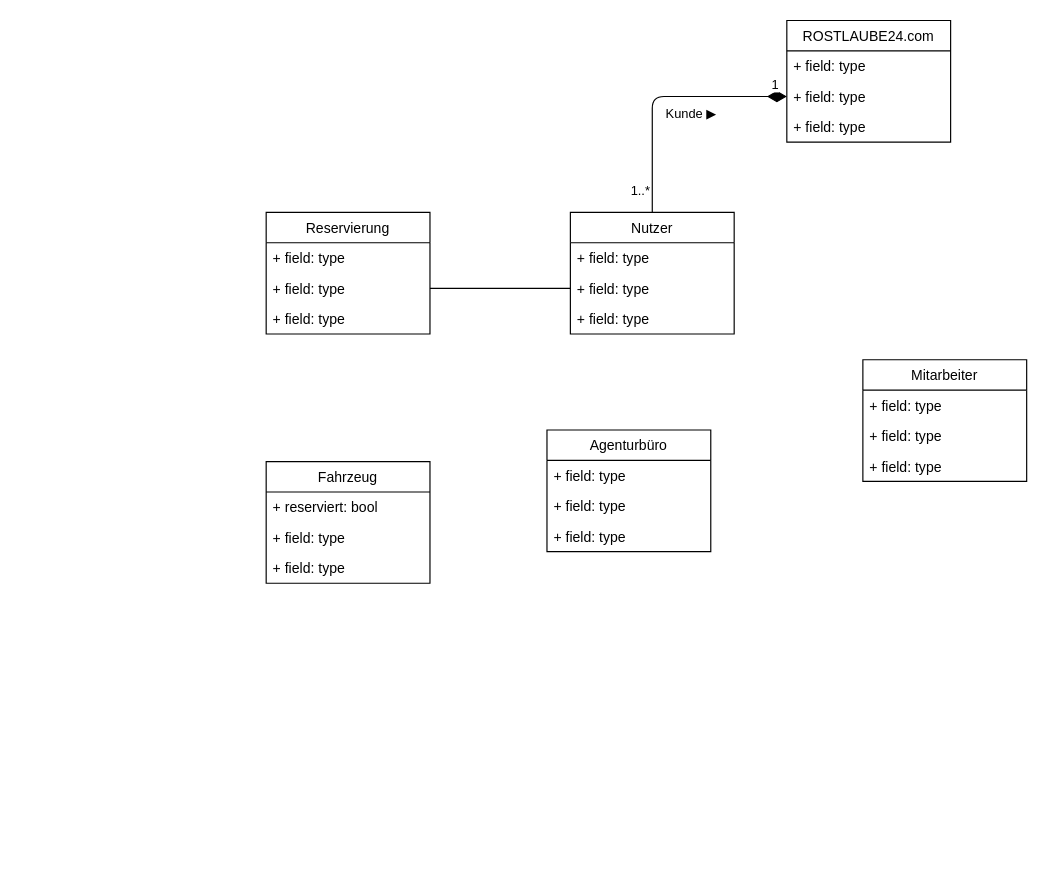
TheBlackDragon4/SWE-HS-Co-Se5 keeps this draw.io diagram as Mini-Praktikum/d-UML-Klassendiagramm-Praktikum.drawio. Above is the earlier version. Source tidied: cells renumbered, new cells numbered last; positions are measured from the earlier drawing's top-left corner, leaving out a move shared by most shapes. Both pictures are drawn from the tidied source at 117%, with x=0, y=0 at pixel (266, 20).
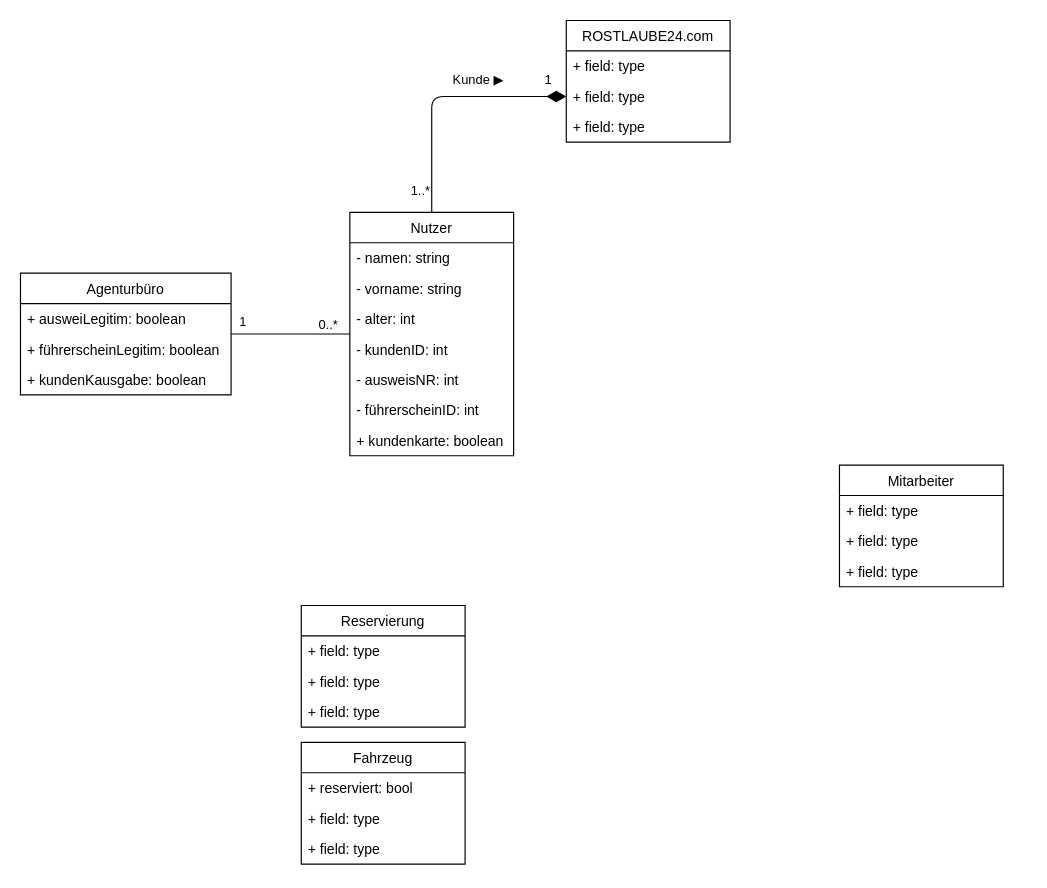
Above is the later version.

Unchanged cells that the change refers to:
```xml
<mxCell id="20" value="+ field: type" style="text;strokeColor=none;fillColor=none;align=left;verticalAlign=top;spacingLeft=4;spacingRight=4;overflow=hidden;points=[[0,0.5],[1,0.5]];portConstraint=eastwest;" parent="18" vertex="1">
  <mxGeometry y="52" width="140" height="26" as="geometry" />
</mxCell>
<mxCell id="26" value="1..*" style="endArrow=none;html=1;endSize=12;startArrow=diamondThin;startSize=14;startFill=1;edgeStyle=orthogonalEdgeStyle;align=left;verticalAlign=bottom;entryX=0.5;entryY=0;entryDx=0;entryDy=0;endFill=0;exitX=0;exitY=0.5;exitDx=0;exitDy=0;" parent="1" edge="1" source="24" target="14">
  <mxGeometry x="0.92" y="-20" relative="1" as="geometry" />
</mxCell>
```

The edit, as a diff of the source:
```diff
@@
     <mxCell id="2" value="Fahrzeug" style="swimlane;fontStyle=0;horizontal=1;startSize=26;fillColor=none;" parent="1" vertex="1">
-      <mxGeometry y="377" width="140" height="104" as="geometry" />
+      <mxGeometry x="30" y="617" width="140" height="104" as="geometry" />
     </mxCell>
@@
     <mxCell id="6" value="Mitarbeiter" style="swimlane;fontStyle=0;horizontal=1;startSize=26;fillColor=none;" parent="1" vertex="1">
-      <mxGeometry x="510" y="290" width="140" height="104" as="geometry" />
+      <mxGeometry x="490" y="380" width="140" height="104" as="geometry" />
     </mxCell>
@@
+    <mxCell id="30" style="edgeStyle=none;html=1;endArrow=none;endFill=0;" parent="1" edge="1" source="10" target="14">
+      <mxGeometry relative="1" as="geometry" />
+    </mxCell>
+    <mxCell id="31" value="1" style="edgeLabel;html=1;align=center;verticalAlign=middle;" parent="30" vertex="1">
+      <mxGeometry x="-0.82" relative="1" as="geometry">
+        <mxPoint y="-11" as="offset" />
+      </mxGeometry>
+    </mxCell>
+    <mxCell id="32" value="0..*" style="edgeLabel;html=1;align=center;verticalAlign=middle;" parent="30" vertex="1">
+      <mxGeometry x="0.67" y="2" relative="1" as="geometry">
+        <mxPoint x="-3" y="-7" as="offset" />
+      </mxGeometry>
+    </mxCell>
     <mxCell id="10" value="Agenturbüro" style="swimlane;fontStyle=0;horizontal=1;startSize=26;fillColor=none;" parent="1" vertex="1">
-      <mxGeometry x="240" y="350" width="140" height="104" as="geometry" />
+      <mxGeometry x="-210" y="216" width="180" height="104" as="geometry" />
     </mxCell>
-    <mxCell id="11" value="+ field: type" style="text;strokeColor=none;fillColor=none;align=left;verticalAlign=top;spacingLeft=4;spacingRight=4;overflow=hidden;" parent="10" vertex="1">
-      <mxGeometry y="26" width="140" height="26" as="geometry" />
+    <mxCell id="11" value="+ ausweiLegitim: boolean" style="text;strokeColor=none;fillColor=none;align=left;verticalAlign=top;spacingLeft=4;spacingRight=4;overflow=hidden;" parent="10" vertex="1">
+      <mxGeometry y="26" width="180" height="26" as="geometry" />
     </mxCell>
-    <mxCell id="12" value="+ field: type" style="text;strokeColor=none;fillColor=none;align=left;verticalAlign=top;spacingLeft=4;spacingRight=4;overflow=hidden;" parent="10" vertex="1">
-      <mxGeometry y="52" width="140" height="26" as="geometry" />
+    <mxCell id="12" value="+ führerscheinLegitim: boolean" style="text;strokeColor=none;fillColor=none;align=left;verticalAlign=top;spacingLeft=4;spacingRight=4;overflow=hidden;" parent="10" vertex="1">
+      <mxGeometry y="52" width="180" height="26" as="geometry" />
     </mxCell>
-    <mxCell id="13" value="+ field: type" style="text;strokeColor=none;fillColor=none;align=left;verticalAlign=top;spacingLeft=4;spacingRight=4;overflow=hidden;" parent="10" vertex="1">
-      <mxGeometry y="78" width="140" height="26" as="geometry" />
+    <mxCell id="13" value="+ kundenKausgabe: boolean" style="text;strokeColor=none;fillColor=none;align=left;verticalAlign=top;spacingLeft=4;spacingRight=4;overflow=hidden;" parent="10" vertex="1">
+      <mxGeometry y="78" width="180" height="26" as="geometry" />
     </mxCell>
     <mxCell id="14" value="Nutzer" style="swimlane;fontStyle=0;horizontal=1;startSize=26;fillColor=none;" parent="1" vertex="1">
-      <mxGeometry x="260" y="164" width="140" height="104" as="geometry" />
+      <mxGeometry x="71.5" y="164" width="140" height="208" as="geometry" />
     </mxCell>
-    <mxCell id="15" value="+ field: type" style="text;strokeColor=none;fillColor=none;align=left;verticalAlign=top;spacingLeft=4;spacingRight=4;overflow=hidden;" parent="14" vertex="1">
+    <mxCell id="15" value="- namen: string" style="text;strokeColor=none;fillColor=none;align=left;verticalAlign=top;spacingLeft=4;spacingRight=4;overflow=hidden;" parent="14" vertex="1">
       <mxGeometry y="26" width="140" height="26" as="geometry" />
     </mxCell>
+    <mxCell id="33" value="- vorname: string" style="text;strokeColor=none;fillColor=none;align=left;verticalAlign=top;spacingLeft=4;spacingRight=4;overflow=hidden;" parent="14" vertex="1">
+      <mxGeometry y="52" width="140" height="26" as="geometry" />
+    </mxCell>
+    <mxCell id="34" value="- alter: int" style="text;strokeColor=none;fillColor=none;align=left;verticalAlign=top;spacingLeft=4;spacingRight=4;overflow=hidden;" parent="14" vertex="1">
+      <mxGeometry y="78" width="140" height="26" as="geometry" />
+    </mxCell>
-    <mxCell id="16" value="+ field: type" style="text;strokeColor=none;fillColor=none;align=left;verticalAlign=top;spacingLeft=4;spacingRight=4;overflow=hidden;points=[[0,0.5],[1,0.5]];portConstraint=eastwest;" parent="14" vertex="1">
-      <mxGeometry y="52" width="140" height="26" as="geometry" />
+    <mxCell id="16" value="- kundenID: int" style="text;strokeColor=none;fillColor=none;align=left;verticalAlign=top;spacingLeft=4;spacingRight=4;overflow=hidden;points=[[0,0.5],[1,0.5]];portConstraint=eastwest;" parent="14" vertex="1">
+      <mxGeometry y="104" width="140" height="26" as="geometry" />
     </mxCell>
+    <mxCell id="35" value="- ausweisNR: int " style="text;strokeColor=none;fillColor=none;align=left;verticalAlign=top;spacingLeft=4;spacingRight=4;overflow=hidden;" parent="14" vertex="1">
+      <mxGeometry y="130" width="140" height="26" as="geometry" />
+    </mxCell>
+    <mxCell id="36" value="- führerscheinID: int" style="text;strokeColor=none;fillColor=none;align=left;verticalAlign=top;spacingLeft=4;spacingRight=4;overflow=hidden;" parent="14" vertex="1">
+      <mxGeometry y="156" width="140" height="26" as="geometry" />
+    </mxCell>
-    <mxCell id="17" value="+ field: type" style="text;strokeColor=none;fillColor=none;align=left;verticalAlign=top;spacingLeft=4;spacingRight=4;overflow=hidden;" parent="14" vertex="1">
-      <mxGeometry y="78" width="140" height="26" as="geometry" />
+    <mxCell id="17" value="+ kundenkarte: boolean" style="text;strokeColor=none;fillColor=none;align=left;verticalAlign=top;spacingLeft=4;spacingRight=4;overflow=hidden;" parent="14" vertex="1">
+      <mxGeometry y="182" width="140" height="26" as="geometry" />
     </mxCell>
     <mxCell id="18" value="Reservierung" style="swimlane;fontStyle=0;horizontal=1;startSize=26;fillColor=none;" parent="1" vertex="1">
-      <mxGeometry y="164" width="140" height="104" as="geometry" />
+      <mxGeometry x="30" y="500" width="140" height="104" as="geometry" />
     </mxCell>
@@
     <mxCell id="22" value="ROSTLAUBE24.com" style="swimlane;fontStyle=0;horizontal=1;startSize=26;fillColor=none;" parent="1" vertex="1">
-      <mxGeometry x="445" width="140" height="104" as="geometry" />
+      <mxGeometry x="256.5" width="140" height="104" as="geometry" />
     </mxCell>
@@
     <mxCell id="27" value="Kunde ▶" style="edgeLabel;html=1;align=center;verticalAlign=middle;" parent="26" vertex="1">
       <mxGeometry x="0.07" y="-1" relative="1" as="geometry">
-        <mxPoint x="31" y="15" as="offset" />
+        <mxPoint x="38" y="-14" as="offset" />
       </mxGeometry>
     </mxCell>
     <mxCell id="28" value="1" style="edgeLabel;html=1;align=center;verticalAlign=middle;" parent="26" vertex="1">
       <mxGeometry x="-0.83" y="-1" relative="1" as="geometry">
-        <mxPoint x="7" y="-10" as="offset" />
+        <mxPoint x="2" y="-14" as="offset" />
       </mxGeometry>
     </mxCell>
-    <mxCell id="29" style="edgeStyle=none;html=1;exitX=1;exitY=0.5;exitDx=0;exitDy=0;entryX=0;entryY=0.5;entryDx=0;entryDy=0;endArrow=none;endFill=0;" parent="1" edge="1" source="20" target="16">
-      <mxGeometry relative="1" as="geometry" />
-    </mxCell>
```
